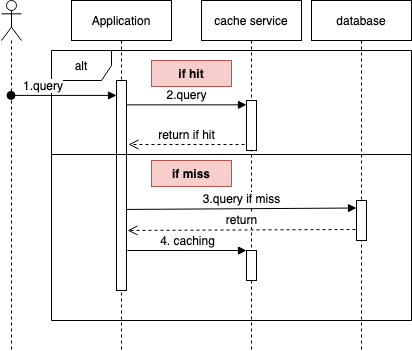
Earlier version of the draw.io export cache-aside.png (GallantKong/diagram). Source tidied: cells renumbered, new cells last; positions are measured from the earlier drawing's top-left corner, leaving out a move shared by most shapes.
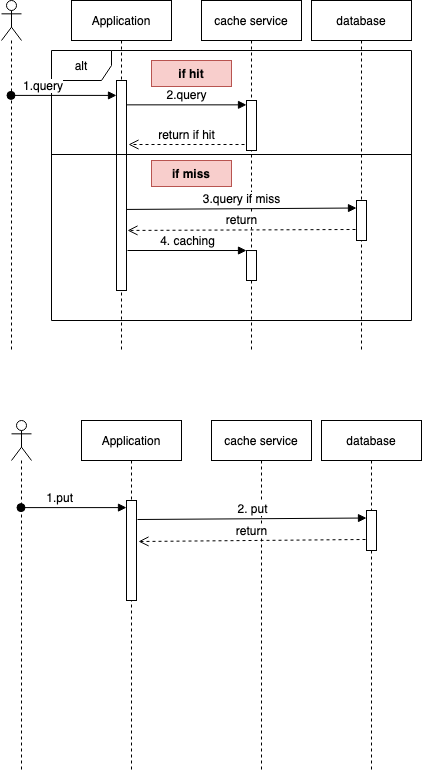
Above is the later version.

The edit, as a diff of the source:
```diff
@@ -61,5 +61,32 @@
         <mxPoint x="126" y="250" as="sourcePoint" />
       </mxGeometry>
     </mxCell>
+    <mxCell id="20" style="shape=umlLifeline;participant=umlActor;perimeter=lifelinePerimeter;whiteSpace=wrap;html=1;verticalAlign=top;spacingTop=36;outlineConnect=0;" parent="1" vertex="1">
+      <mxGeometry x="10" y="420" width="20" height="350" as="geometry" />
+    </mxCell>
+    <mxCell id="21" value="Application" style="shape=umlLifeline;perimeter=lifelinePerimeter;whiteSpace=wrap;html=1;" parent="1" vertex="1">
+      <mxGeometry x="80" y="420" width="100" height="350" as="geometry" />
+    </mxCell>
+    <mxCell id="22" style="html=1;points=[];perimeter=orthogonalPerimeter;" parent="21" vertex="1">
+      <mxGeometry x="45" y="80" width="10" height="100" as="geometry" />
+    </mxCell>
+    <mxCell id="23" value="cache service" style="shape=umlLifeline;perimeter=lifelinePerimeter;whiteSpace=wrap;html=1;" parent="1" vertex="1">
+      <mxGeometry x="210" y="420" width="100" height="350" as="geometry" />
+    </mxCell>
+    <mxCell id="24" value="database" style="shape=umlLifeline;perimeter=lifelinePerimeter;whiteSpace=wrap;html=1;" parent="1" vertex="1">
+      <mxGeometry x="320" y="420" width="100" height="350" as="geometry" />
+    </mxCell>
+    <mxCell id="25" style="html=1;points=[];perimeter=orthogonalPerimeter;" parent="24" vertex="1">
+      <mxGeometry x="45" y="90" width="10" height="40" as="geometry" />
+    </mxCell>
+    <mxCell id="26" value="1.put" style="html=1;verticalAlign=bottom;startArrow=oval;endArrow=block;startSize=8;entryX=0;entryY=0.071;entryDx=0;entryDy=0;entryPerimeter=0;align=right;" parent="1" edge="1" source="20" target="22">
+      <mxGeometry relative="1" as="geometry" />
+    </mxCell>
+    <mxCell id="27" value="2. put" style="html=1;verticalAlign=bottom;endArrow=block;entryX=0;entryY=0.188;entryDx=0;entryDy=0;entryPerimeter=0;exitX=1.1;exitY=0.19;exitDx=0;exitDy=0;exitPerimeter=0;" parent="1" edge="1" source="22" target="25">
+      <mxGeometry relative="1" as="geometry" />
+    </mxCell>
+    <mxCell id="28" value="return" style="html=1;verticalAlign=bottom;endArrow=open;dashed=1;endSize=8;exitX=-0.1;exitY=0.725;exitDx=0;exitDy=0;exitPerimeter=0;entryX=1.2;entryY=0.41;entryDx=0;entryDy=0;entryPerimeter=0;" parent="1" edge="1" source="25" target="22">
+      <mxGeometry relative="1" as="geometry" />
+    </mxCell>
   </root>
 </mxGraphModel>
```
